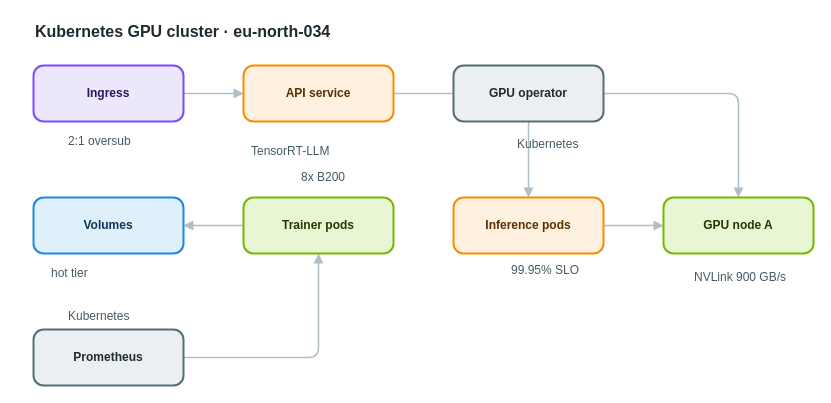
The draw.io diagram apps/web/public/samples/library/034-kubernetes-gpu-cluster.drawio in AryanG01/open-apprentice, before the edit. Source tidied: cells renumbered, new cells numbered last; positions are measured from the earlier drawing's top-left corner, leaving out a move shared by most shapes. Both pictures are drawn from the tidied source at 100%, with x=0, y=0 at pixel (33, 17).
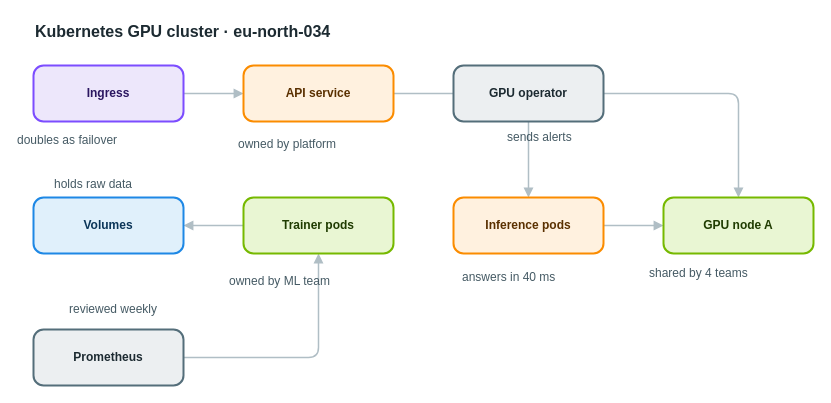
The same diagram, later.

Change to the diagram source:
```diff
@@
-    <mxCell id="17" value="2:1 oversub" style="text;html=1;align=left;verticalAlign=top;whiteSpace=nowrap;spacing=0;spacingTop=0;strokeColor=none;fillColor=none;fontSize=12;fontColor=#455a64;" parent="1" vertex="1">
-      <mxGeometry x="35" y="112" width="89" height="20" as="geometry" />
+    <mxCell id="17" value="doubles as failover" style="text;html=1;align=left;verticalAlign=top;whiteSpace=nowrap;spacing=0;spacingTop=0;strokeColor=none;fillColor=none;fontSize=12;fontColor=#455a64;" parent="1" vertex="1">
+      <mxGeometry x="-16" y="111" width="145" height="20" as="geometry" />
     </mxCell>
-    <mxCell id="18" value="TensorRT-LLM" style="text;html=1;align=left;verticalAlign=top;whiteSpace=nowrap;spacing=0;spacingTop=0;strokeColor=none;fillColor=none;fontSize=12;fontColor=#455a64;" parent="1" vertex="1">
-      <mxGeometry x="218" y="122" width="96" height="20" as="geometry" />
+    <mxCell id="18" value="owned by platform" style="text;html=1;align=left;verticalAlign=top;whiteSpace=nowrap;spacing=0;spacingTop=0;strokeColor=none;fillColor=none;fontSize=12;fontColor=#455a64;" parent="1" vertex="1">
+      <mxGeometry x="205" y="115" width="131" height="20" as="geometry" />
     </mxCell>
-    <mxCell id="19" value="Kubernetes" style="text;html=1;align=left;verticalAlign=top;whiteSpace=nowrap;spacing=0;spacingTop=0;strokeColor=none;fillColor=none;fontSize=12;fontColor=#455a64;" parent="1" vertex="1">
-      <mxGeometry x="484" y="115" width="82" height="20" as="geometry" />
+    <mxCell id="19" value="sends alerts" style="text;html=1;align=left;verticalAlign=top;whiteSpace=nowrap;spacing=0;spacingTop=0;strokeColor=none;fillColor=none;fontSize=12;fontColor=#455a64;" parent="1" vertex="1">
+      <mxGeometry x="474" y="108" width="96" height="20" as="geometry" />
     </mxCell>
-    <mxCell id="20" value="8x B200" style="text;html=1;align=left;verticalAlign=top;whiteSpace=nowrap;spacing=0;spacingTop=0;strokeColor=none;fillColor=none;fontSize=12;fontColor=#455a64;" parent="1" vertex="1">
-      <mxGeometry x="268" y="148" width="61" height="20" as="geometry" />
+    <mxCell id="20" value="owned by ML team" style="text;html=1;align=left;verticalAlign=top;whiteSpace=nowrap;spacing=0;spacingTop=0;strokeColor=none;fillColor=none;fontSize=12;fontColor=#455a64;" parent="1" vertex="1">
+      <mxGeometry x="196" y="252" width="124" height="20" as="geometry" />
     </mxCell>
-    <mxCell id="21" value="99.95% SLO" style="text;html=1;align=left;verticalAlign=top;whiteSpace=nowrap;spacing=0;spacingTop=0;strokeColor=none;fillColor=none;fontSize=12;fontColor=#455a64;" parent="1" vertex="1">
-      <mxGeometry x="478" y="241" width="82" height="20" as="geometry" />
+    <mxCell id="21" value="answers in 40 ms" style="text;html=1;align=left;verticalAlign=top;whiteSpace=nowrap;spacing=0;spacingTop=0;strokeColor=none;fillColor=none;fontSize=12;fontColor=#455a64;" parent="1" vertex="1">
+      <mxGeometry x="429" y="248" width="124" height="20" as="geometry" />
     </mxCell>
-    <mxCell id="22" value="NVLink 900 GB/s" style="text;html=1;align=left;verticalAlign=top;whiteSpace=nowrap;spacing=0;spacingTop=0;strokeColor=none;fillColor=none;fontSize=12;fontColor=#455a64;" parent="1" vertex="1">
-      <mxGeometry x="661" y="248" width="117" height="20" as="geometry" />
+    <mxCell id="22" value="shared by 4 teams" style="text;html=1;align=left;verticalAlign=top;whiteSpace=nowrap;spacing=0;spacingTop=0;strokeColor=none;fillColor=none;fontSize=12;fontColor=#455a64;" parent="1" vertex="1">
+      <mxGeometry x="616" y="244" width="131" height="20" as="geometry" />
     </mxCell>
-    <mxCell id="23" value="hot tier" style="text;html=1;align=left;verticalAlign=top;whiteSpace=nowrap;spacing=0;spacingTop=0;strokeColor=none;fillColor=none;fontSize=12;fontColor=#455a64;" parent="1" vertex="1">
-      <mxGeometry x="18" y="244" width="68" height="20" as="geometry" />
+    <mxCell id="23" value="holds raw data" style="text;html=1;align=left;verticalAlign=top;whiteSpace=nowrap;spacing=0;spacingTop=0;strokeColor=none;fillColor=none;fontSize=12;fontColor=#455a64;" parent="1" vertex="1">
+      <mxGeometry x="21" y="155" width="110" height="20" as="geometry" />
     </mxCell>
-    <mxCell id="24" value="Kubernetes" style="text;html=1;align=left;verticalAlign=top;whiteSpace=nowrap;spacing=0;spacingTop=0;strokeColor=none;fillColor=none;fontSize=12;fontColor=#455a64;" parent="1" vertex="1">
-      <mxGeometry x="35" y="287" width="82" height="20" as="geometry" />
+    <mxCell id="24" value="reviewed weekly" style="text;html=1;align=left;verticalAlign=top;whiteSpace=nowrap;spacing=0;spacingTop=0;strokeColor=none;fillColor=none;fontSize=12;fontColor=#455a64;" parent="1" vertex="1">
+      <mxGeometry x="36" y="280" width="117" height="20" as="geometry" />
     </mxCell>
```
